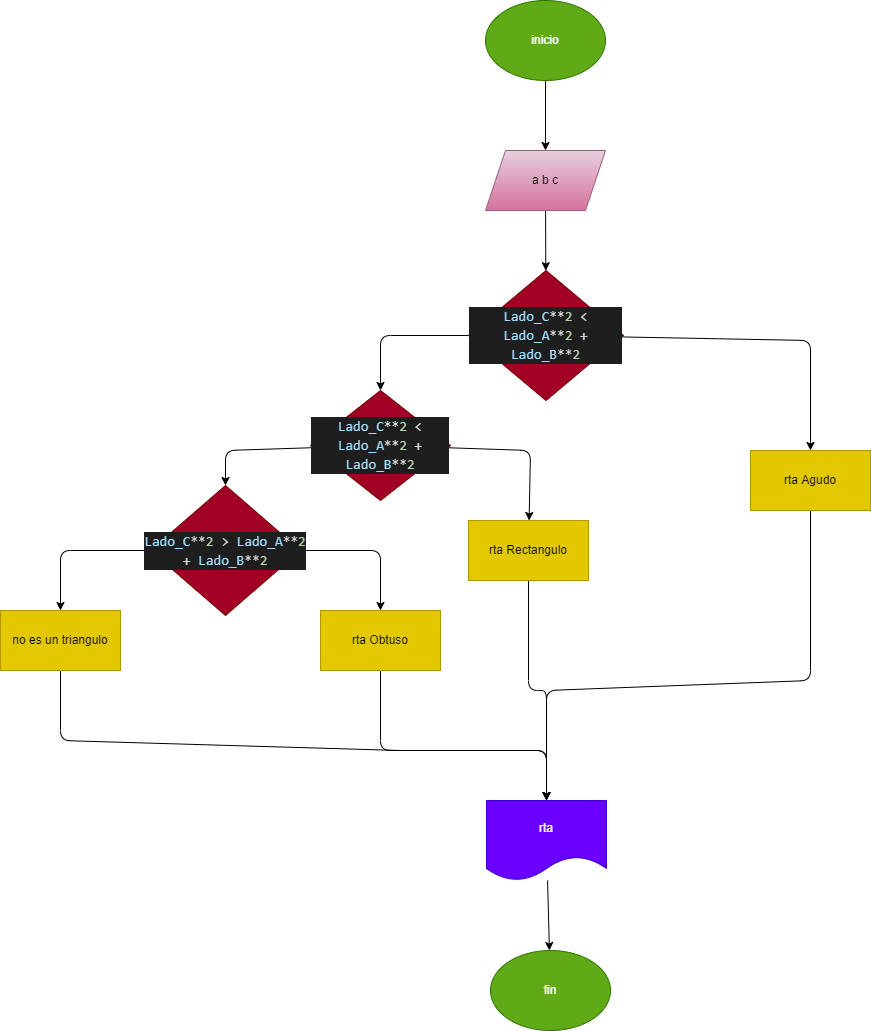
Earlier version of the draw.io export ejercicio-9/diagrama.png (Gerard4168/taller-instrucciones-condicionales). Source tidied: cells renumbered, new cells last; positions are measured from the earlier drawing's top-left corner, leaving out a move shared by most shapes. Source of this version:
```xml
<mxGraphModel>
  <root>
    <mxCell id="0" />
    <mxCell id="1" parent="0" />
    <mxCell id="2" style="edgeStyle=none;html=1;" parent="1" edge="1" source="3" target="5">
      <mxGeometry relative="1" as="geometry" />
    </mxCell>
    <mxCell id="3" value="inicio" style="ellipse;whiteSpace=wrap;html=1;fillColor=#60a917;fontColor=#ffffff;strokeColor=#2D7600;" parent="1" vertex="1">
      <mxGeometry x="485" width="120" height="80" as="geometry" />
    </mxCell>
    <mxCell id="4" style="edgeStyle=none;html=1;" parent="1" edge="1" source="5" target="8">
      <mxGeometry relative="1" as="geometry" />
    </mxCell>
    <mxCell id="5" value="a b c" style="shape=parallelogram;perimeter=parallelogramPerimeter;whiteSpace=wrap;html=1;fixedSize=1;fillColor=#e6d0de;gradientColor=#d5739d;strokeColor=#996185;" parent="1" vertex="1">
      <mxGeometry x="485" y="150" width="120" height="60" as="geometry" />
    </mxCell>
    <mxCell id="6" style="edgeStyle=none;html=1;entryX=0.5;entryY=0;entryDx=0;entryDy=0;" parent="1" edge="1" source="8" target="13">
      <mxGeometry relative="1" as="geometry">
        <Array as="points">
          <mxPoint x="380" y="335" />
        </Array>
      </mxGeometry>
    </mxCell>
    <mxCell id="7" style="edgeStyle=none;html=1;" parent="1" edge="1" source="8" target="10">
      <mxGeometry relative="1" as="geometry">
        <Array as="points">
          <mxPoint x="810" y="340" />
        </Array>
      </mxGeometry>
    </mxCell>
    <mxCell id="8" value="&lt;div style=&quot;color: rgb(212, 212, 212); background-color: rgb(30, 30, 30); font-family: Consolas, &amp;quot;Courier New&amp;quot;, monospace; font-size: 14px; line-height: 19px;&quot;&gt;&lt;span style=&quot;color: #9cdcfe;&quot;&gt;Lado_C&lt;/span&gt;**&lt;span style=&quot;color: #b5cea8;&quot;&gt;2&lt;/span&gt; &amp;lt; &lt;span style=&quot;color: #9cdcfe;&quot;&gt;Lado_A&lt;/span&gt;**&lt;span style=&quot;color: #b5cea8;&quot;&gt;2&lt;/span&gt; + &lt;span style=&quot;color: #9cdcfe;&quot;&gt;Lado_B&lt;/span&gt;**&lt;span style=&quot;color: #b5cea8;&quot;&gt;2&lt;/span&gt;&lt;/div&gt;" style="rhombus;whiteSpace=wrap;html=1;fillColor=#a20025;fontColor=#ffffff;strokeColor=#6F0000;" parent="1" vertex="1">
      <mxGeometry x="468" y="270" width="155" height="130" as="geometry" />
    </mxCell>
    <mxCell id="9" style="edgeStyle=none;html=1;entryX=0.5;entryY=0;entryDx=0;entryDy=0;" parent="1" edge="1" source="10" target="24">
      <mxGeometry relative="1" as="geometry">
        <Array as="points">
          <mxPoint x="810" y="680" />
          <mxPoint x="546" y="690" />
        </Array>
      </mxGeometry>
    </mxCell>
    <mxCell id="10" value="rta Agudo" style="rounded=0;whiteSpace=wrap;html=1;fillColor=#e3c800;fontColor=#000000;strokeColor=#B09500;" parent="1" vertex="1">
      <mxGeometry x="750" y="450" width="120" height="60" as="geometry" />
    </mxCell>
    <mxCell id="11" style="edgeStyle=none;html=1;" parent="1" edge="1" source="13" target="18">
      <mxGeometry relative="1" as="geometry">
        <Array as="points">
          <mxPoint x="530" y="450" />
        </Array>
      </mxGeometry>
    </mxCell>
    <mxCell id="12" style="edgeStyle=none;html=1;entryX=0.5;entryY=0;entryDx=0;entryDy=0;" parent="1" edge="1" source="13" target="16">
      <mxGeometry relative="1" as="geometry">
        <Array as="points">
          <mxPoint x="225" y="450" />
        </Array>
      </mxGeometry>
    </mxCell>
    <mxCell id="13" value="&lt;div style=&quot;color: rgb(212, 212, 212); background-color: rgb(30, 30, 30); font-family: Consolas, &amp;quot;Courier New&amp;quot;, monospace; font-size: 14px; line-height: 19px;&quot;&gt;&lt;span style=&quot;color: #9cdcfe;&quot;&gt;Lado_C&lt;/span&gt;**&lt;span style=&quot;color: #b5cea8;&quot;&gt;2&lt;/span&gt; &amp;lt; &lt;span style=&quot;color: #9cdcfe;&quot;&gt;Lado_A&lt;/span&gt;**&lt;span style=&quot;color: #b5cea8;&quot;&gt;2&lt;/span&gt; + &lt;span style=&quot;color: #9cdcfe;&quot;&gt;Lado_B&lt;/span&gt;**&lt;span style=&quot;color: #b5cea8;&quot;&gt;2&lt;/span&gt;&lt;/div&gt;" style="rhombus;whiteSpace=wrap;html=1;fillColor=#a20025;fontColor=#ffffff;strokeColor=#6F0000;" parent="1" vertex="1">
      <mxGeometry x="310" y="390" width="140" height="110" as="geometry" />
    </mxCell>
    <mxCell id="14" style="edgeStyle=none;html=1;" parent="1" edge="1" source="16" target="20">
      <mxGeometry relative="1" as="geometry">
        <Array as="points">
          <mxPoint x="380" y="550" />
        </Array>
      </mxGeometry>
    </mxCell>
    <mxCell id="15" style="edgeStyle=none;html=1;entryX=0.5;entryY=0;entryDx=0;entryDy=0;" parent="1" edge="1" source="16" target="22">
      <mxGeometry relative="1" as="geometry">
        <Array as="points">
          <mxPoint x="60" y="550" />
        </Array>
      </mxGeometry>
    </mxCell>
    <mxCell id="16" value="&lt;div style=&quot;color: rgb(212, 212, 212); background-color: rgb(30, 30, 30); font-family: Consolas, &amp;quot;Courier New&amp;quot;, monospace; font-size: 14px; line-height: 19px;&quot;&gt;&lt;span style=&quot;color: #9cdcfe;&quot;&gt;Lado_C&lt;/span&gt;**&lt;span style=&quot;color: #b5cea8;&quot;&gt;2&lt;/span&gt;&amp;nbsp;&amp;gt;&amp;nbsp;&lt;span style=&quot;color: #9cdcfe;&quot;&gt;Lado_A&lt;/span&gt;**&lt;span style=&quot;color: #b5cea8;&quot;&gt;2&lt;/span&gt; + &lt;span style=&quot;color: #9cdcfe;&quot;&gt;Lado_B&lt;/span&gt;**&lt;span style=&quot;color: #b5cea8;&quot;&gt;2&lt;/span&gt;&lt;/div&gt;" style="rhombus;whiteSpace=wrap;html=1;fillColor=#a20025;fontColor=#ffffff;strokeColor=#6F0000;" parent="1" vertex="1">
      <mxGeometry x="150" y="485" width="150" height="130" as="geometry" />
    </mxCell>
    <mxCell id="17" style="edgeStyle=none;html=1;entryX=0.5;entryY=0;entryDx=0;entryDy=0;" parent="1" edge="1" source="18" target="24">
      <mxGeometry relative="1" as="geometry">
        <Array as="points">
          <mxPoint x="528" y="690" />
          <mxPoint x="546" y="690" />
        </Array>
      </mxGeometry>
    </mxCell>
    <mxCell id="18" value="rta Rectangulo" style="rounded=0;whiteSpace=wrap;html=1;fillColor=#e3c800;fontColor=#000000;strokeColor=#B09500;" parent="1" vertex="1">
      <mxGeometry x="468" y="520" width="120" height="60" as="geometry" />
    </mxCell>
    <mxCell id="19" style="edgeStyle=none;html=1;entryX=0.5;entryY=0;entryDx=0;entryDy=0;" parent="1" edge="1" source="20" target="24">
      <mxGeometry relative="1" as="geometry">
        <Array as="points">
          <mxPoint x="380" y="750" />
          <mxPoint x="546" y="750" />
        </Array>
      </mxGeometry>
    </mxCell>
    <mxCell id="20" value="rta Obtuso" style="rounded=0;whiteSpace=wrap;html=1;fillColor=#e3c800;fontColor=#000000;strokeColor=#B09500;" parent="1" vertex="1">
      <mxGeometry x="320" y="610" width="120" height="60" as="geometry" />
    </mxCell>
    <mxCell id="21" style="edgeStyle=none;html=1;entryX=0.5;entryY=0;entryDx=0;entryDy=0;" parent="1" edge="1" source="22" target="24">
      <mxGeometry relative="1" as="geometry">
        <Array as="points">
          <mxPoint x="60" y="740" />
          <mxPoint x="400" y="750" />
          <mxPoint x="546" y="750" />
        </Array>
      </mxGeometry>
    </mxCell>
    <mxCell id="22" value="no es un triangulo" style="rounded=0;whiteSpace=wrap;html=1;fillColor=#e3c800;fontColor=#000000;strokeColor=#B09500;" parent="1" vertex="1">
      <mxGeometry y="610" width="120" height="60" as="geometry" />
    </mxCell>
    <mxCell id="23" style="edgeStyle=none;html=1;" parent="1" edge="1" source="24" target="25">
      <mxGeometry relative="1" as="geometry" />
    </mxCell>
    <mxCell id="24" value="rta" style="shape=document;whiteSpace=wrap;html=1;boundedLbl=1;fillColor=#6a00ff;fontColor=#ffffff;strokeColor=#3700CC;" parent="1" vertex="1">
      <mxGeometry x="486" y="800" width="120" height="80" as="geometry" />
    </mxCell>
    <mxCell id="25" value="fin" style="ellipse;whiteSpace=wrap;html=1;fillColor=#60a917;fontColor=#ffffff;strokeColor=#2D7600;" parent="1" vertex="1">
      <mxGeometry x="490" y="950" width="120" height="80" as="geometry" />
    </mxCell>
  </root>
</mxGraphModel>
```
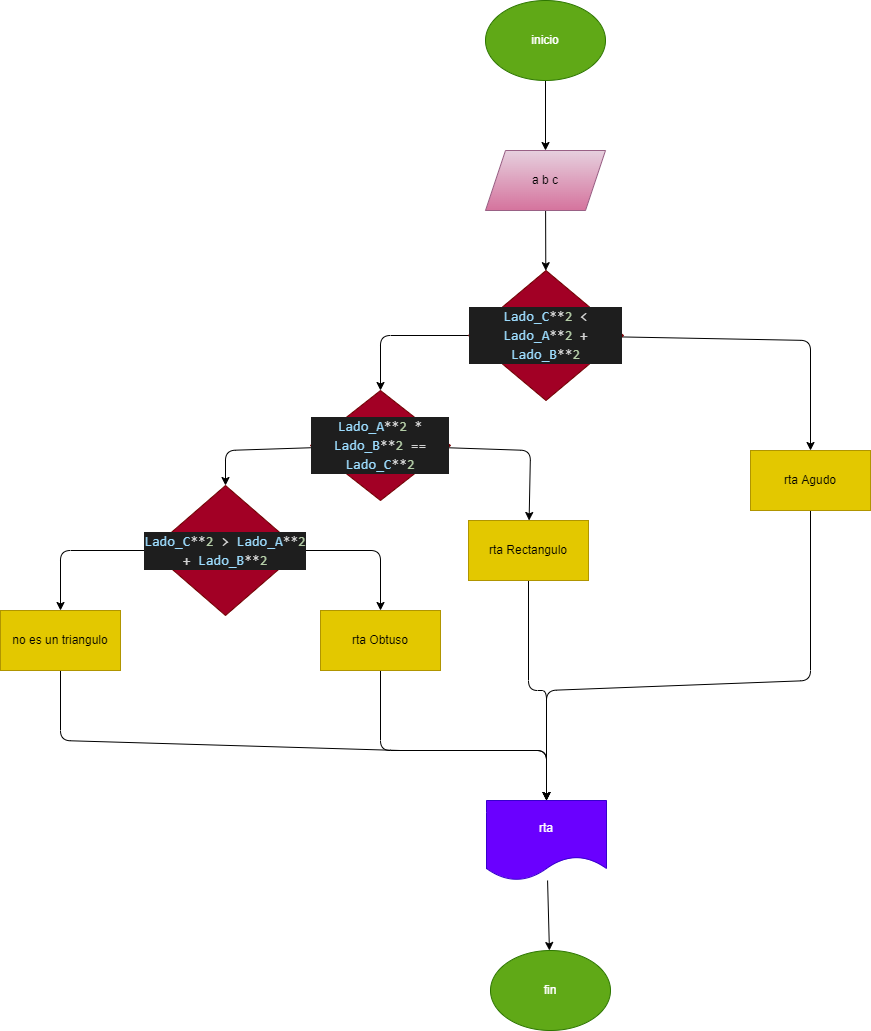
After the commit.

The edit, as a diff of the source:
```diff
@@ -56,7 +56,7 @@
         </Array>
       </mxGeometry>
     </mxCell>
-    <mxCell id="13" value="&lt;div style=&quot;color: rgb(212, 212, 212); background-color: rgb(30, 30, 30); font-family: Consolas, &amp;quot;Courier New&amp;quot;, monospace; font-size: 14px; line-height: 19px;&quot;&gt;&lt;span style=&quot;color: #9cdcfe;&quot;&gt;Lado_C&lt;/span&gt;**&lt;span style=&quot;color: #b5cea8;&quot;&gt;2&lt;/span&gt; &amp;lt; &lt;span style=&quot;color: #9cdcfe;&quot;&gt;Lado_A&lt;/span&gt;**&lt;span style=&quot;color: #b5cea8;&quot;&gt;2&lt;/span&gt; + &lt;span style=&quot;color: #9cdcfe;&quot;&gt;Lado_B&lt;/span&gt;**&lt;span style=&quot;color: #b5cea8;&quot;&gt;2&lt;/span&gt;&lt;/div&gt;" style="rhombus;whiteSpace=wrap;html=1;fillColor=#a20025;fontColor=#ffffff;strokeColor=#6F0000;" parent="1" vertex="1">
+    <mxCell id="13" value="&lt;div style=&quot;color: rgb(212, 212, 212); background-color: rgb(30, 30, 30); font-family: Consolas, &amp;quot;Courier New&amp;quot;, monospace; font-size: 14px; line-height: 19px;&quot;&gt;&lt;div style=&quot;line-height: 19px;&quot;&gt;&lt;span style=&quot;color: #9cdcfe;&quot;&gt;Lado_A&lt;/span&gt;**&lt;span style=&quot;color: #b5cea8;&quot;&gt;2&lt;/span&gt; * &lt;span style=&quot;color: #9cdcfe;&quot;&gt;Lado_B&lt;/span&gt;**&lt;span style=&quot;color: #b5cea8;&quot;&gt;2&lt;/span&gt; == &lt;span style=&quot;color: #9cdcfe;&quot;&gt;Lado_C&lt;/span&gt;**&lt;span style=&quot;color: #b5cea8;&quot;&gt;2&lt;/span&gt;&lt;/div&gt;&lt;/div&gt;" style="rhombus;whiteSpace=wrap;html=1;fillColor=#a20025;fontColor=#ffffff;strokeColor=#6F0000;" parent="1" vertex="1">
       <mxGeometry x="310" y="390" width="140" height="110" as="geometry" />
     </mxCell>
     <mxCell id="14" style="edgeStyle=none;html=1;" parent="1" edge="1" source="16" target="20">
```
